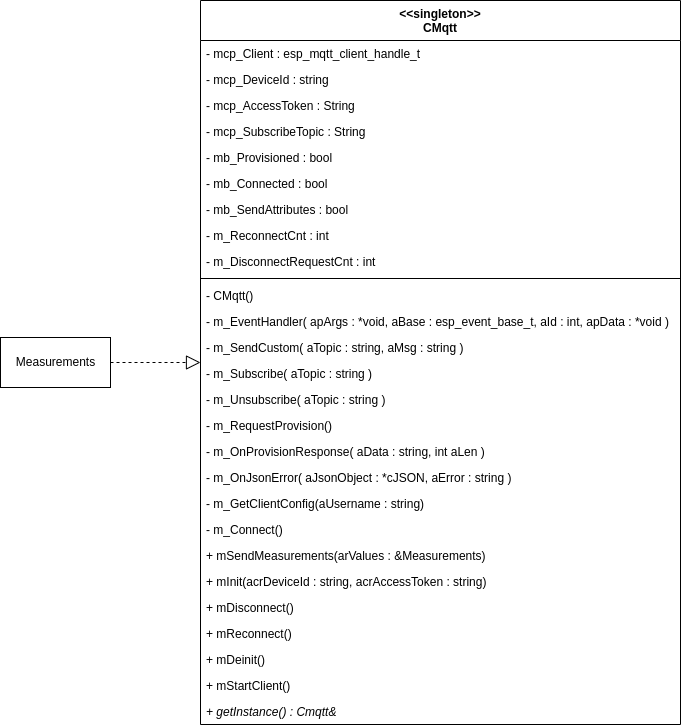
Above: uml/mqtt-class.png in SenseBoxTI/FirmwareDesign (draw.io), before the change. Source tidied: cells renumbered, new cells last; positions are measured from the earlier drawing's top-left corner, leaving out a move shared by most shapes.
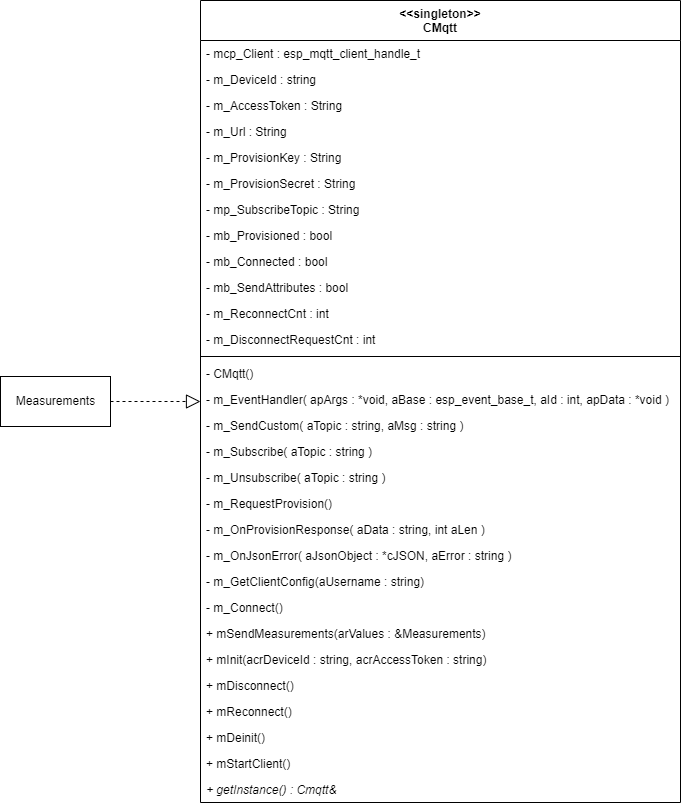
Above is the later version.

Diff of the diagram source:
```diff
@@ -3,94 +3,103 @@
     <mxCell id="0" />
     <mxCell id="1" parent="0" />
     <mxCell id="2" value="&lt;&lt;singleton&gt;&gt;&#10;CMqtt" style="swimlane;fontStyle=1;align=center;verticalAlign=top;horizontal=1;startSize=40;" parent="1" vertex="1">
-      <mxGeometry x="200" width="480" height="724" as="geometry" />
+      <mxGeometry x="200" width="480" height="802" as="geometry" />
     </mxCell>
     <mxCell id="3" value="- mcp_Client : esp_mqtt_client_handle_t" style="text;strokeColor=none;fillColor=none;align=left;verticalAlign=top;spacingLeft=4;spacingRight=4;overflow=hidden;" parent="2" vertex="1">
       <mxGeometry y="40" width="480" height="26" as="geometry" />
     </mxCell>
-    <mxCell id="4" value="- mcp_DeviceId : string" style="text;strokeColor=none;fillColor=none;align=left;verticalAlign=top;spacingLeft=4;spacingRight=4;overflow=hidden;" parent="2" vertex="1">
+    <mxCell id="4" value="- m_DeviceId : string" style="text;strokeColor=none;fillColor=none;align=left;verticalAlign=top;spacingLeft=4;spacingRight=4;overflow=hidden;" parent="2" vertex="1">
       <mxGeometry y="66" width="480" height="26" as="geometry" />
     </mxCell>
-    <mxCell id="5" value="- mcp_AccessToken : String" style="text;strokeColor=none;fillColor=none;align=left;verticalAlign=top;spacingLeft=4;spacingRight=4;overflow=hidden;" parent="2" vertex="1">
+    <mxCell id="5" value="- m_AccessToken : String" style="text;strokeColor=none;fillColor=none;align=left;verticalAlign=top;spacingLeft=4;spacingRight=4;overflow=hidden;" parent="2" vertex="1">
       <mxGeometry y="92" width="480" height="26" as="geometry" />
     </mxCell>
+    <mxCell id="32" value="- m_Url : String" style="text;strokeColor=none;fillColor=none;align=left;verticalAlign=top;spacingLeft=4;spacingRight=4;overflow=hidden;" parent="2" vertex="1">
+      <mxGeometry y="118" width="480" height="26" as="geometry" />
+    </mxCell>
+    <mxCell id="33" value="- m_ProvisionKey : String" style="text;strokeColor=none;fillColor=none;align=left;verticalAlign=top;spacingLeft=4;spacingRight=4;overflow=hidden;" parent="2" vertex="1">
+      <mxGeometry y="144" width="480" height="26" as="geometry" />
+    </mxCell>
+    <mxCell id="34" value="- m_ProvisionSecret : String" style="text;strokeColor=none;fillColor=none;align=left;verticalAlign=top;spacingLeft=4;spacingRight=4;overflow=hidden;" parent="2" vertex="1">
+      <mxGeometry y="170" width="480" height="26" as="geometry" />
+    </mxCell>
-    <mxCell id="6" value="- mcp_SubscribeTopic : String" style="text;strokeColor=none;fillColor=none;align=left;verticalAlign=top;spacingLeft=4;spacingRight=4;overflow=hidden;" parent="2" vertex="1">
-      <mxGeometry y="118" width="480" height="26" as="geometry" />
+    <mxCell id="6" value="- mp_SubscribeTopic : String" style="text;strokeColor=none;fillColor=none;align=left;verticalAlign=top;spacingLeft=4;spacingRight=4;overflow=hidden;" parent="2" vertex="1">
+      <mxGeometry y="196" width="480" height="26" as="geometry" />
     </mxCell>
     <mxCell id="7" value="- mb_Provisioned : bool" style="text;strokeColor=none;fillColor=none;align=left;verticalAlign=top;spacingLeft=4;spacingRight=4;overflow=hidden;" parent="2" vertex="1">
-      <mxGeometry y="144" width="480" height="26" as="geometry" />
+      <mxGeometry y="222" width="480" height="26" as="geometry" />
     </mxCell>
     <mxCell id="8" value="- mb_Connected : bool" style="text;strokeColor=none;fillColor=none;align=left;verticalAlign=top;spacingLeft=4;spacingRight=4;overflow=hidden;" parent="2" vertex="1">
-      <mxGeometry y="170" width="480" height="26" as="geometry" />
+      <mxGeometry y="248" width="480" height="26" as="geometry" />
     </mxCell>
     <mxCell id="9" value="- mb_SendAttributes : bool" style="text;strokeColor=none;fillColor=none;align=left;verticalAlign=top;spacingLeft=4;spacingRight=4;overflow=hidden;" parent="2" vertex="1">
-      <mxGeometry y="196" width="480" height="26" as="geometry" />
+      <mxGeometry y="274" width="480" height="26" as="geometry" />
     </mxCell>
     <mxCell id="10" value="- m_ReconnectCnt : int&#10;" style="text;strokeColor=none;fillColor=none;align=left;verticalAlign=top;spacingLeft=4;spacingRight=4;overflow=hidden;" parent="2" vertex="1">
-      <mxGeometry y="222" width="480" height="26" as="geometry" />
+      <mxGeometry y="300" width="480" height="26" as="geometry" />
     </mxCell>
     <mxCell id="11" value="- m_DisconnectRequestCnt : int" style="text;strokeColor=none;fillColor=none;align=left;verticalAlign=top;spacingLeft=4;spacingRight=4;overflow=hidden;" parent="2" vertex="1">
-      <mxGeometry y="248" width="480" height="26" as="geometry" />
+      <mxGeometry y="326" width="480" height="26" as="geometry" />
     </mxCell>
     <mxCell id="12" style="line;strokeWidth=1;fillColor=none;align=left;verticalAlign=middle;spacingTop=-1;spacingLeft=3;spacingRight=3;labelPosition=right;" parent="2" vertex="1">
-      <mxGeometry y="274" width="480" height="8" as="geometry" />
+      <mxGeometry y="352" width="480" height="8" as="geometry" />
     </mxCell>
     <mxCell id="13" value="- CMqtt()" style="text;strokeColor=none;fillColor=none;align=left;verticalAlign=top;spacingLeft=4;spacingRight=4;overflow=hidden;" parent="2" vertex="1">
-      <mxGeometry y="282" width="480" height="26" as="geometry" />
+      <mxGeometry y="360" width="480" height="26" as="geometry" />
     </mxCell>
     <mxCell id="14" value="- m_EventHandler( apArgs : *void, aBase : esp_event_base_t, aId : int, apData : *void )" style="text;strokeColor=none;fillColor=none;align=left;verticalAlign=top;spacingLeft=4;spacingRight=4;overflow=hidden;" parent="2" vertex="1">
-      <mxGeometry y="308" width="480" height="26" as="geometry" />
+      <mxGeometry y="386" width="480" height="26" as="geometry" />
     </mxCell>
     <mxCell id="15" value="- m_SendCustom( aTopic : string, aMsg : string )" style="text;strokeColor=none;fillColor=none;align=left;verticalAlign=top;spacingLeft=4;spacingRight=4;overflow=hidden;" parent="2" vertex="1">
-      <mxGeometry y="334" width="480" height="26" as="geometry" />
+      <mxGeometry y="412" width="480" height="26" as="geometry" />
     </mxCell>
     <mxCell id="16" value="- m_Subscribe( aTopic : string )" style="text;strokeColor=none;fillColor=none;align=left;verticalAlign=top;spacingLeft=4;spacingRight=4;overflow=hidden;" parent="2" vertex="1">
-      <mxGeometry y="360" width="480" height="26" as="geometry" />
+      <mxGeometry y="438" width="480" height="26" as="geometry" />
     </mxCell>
     <mxCell id="17" value="- m_Unsubscribe( aTopic : string )" style="text;strokeColor=none;fillColor=none;align=left;verticalAlign=top;spacingLeft=4;spacingRight=4;overflow=hidden;" parent="2" vertex="1">
-      <mxGeometry y="386" width="480" height="26" as="geometry" />
+      <mxGeometry y="464" width="480" height="26" as="geometry" />
     </mxCell>
     <mxCell id="18" value="- m_RequestProvision()" style="text;strokeColor=none;fillColor=none;align=left;verticalAlign=top;spacingLeft=4;spacingRight=4;overflow=hidden;" parent="2" vertex="1">
-      <mxGeometry y="412" width="480" height="26" as="geometry" />
+      <mxGeometry y="490" width="480" height="26" as="geometry" />
     </mxCell>
     <mxCell id="19" value="- m_OnProvisionResponse( aData : string, int aLen )" style="text;strokeColor=none;fillColor=none;align=left;verticalAlign=top;spacingLeft=4;spacingRight=4;overflow=hidden;" parent="2" vertex="1">
-      <mxGeometry y="438" width="480" height="26" as="geometry" />
+      <mxGeometry y="516" width="480" height="26" as="geometry" />
     </mxCell>
     <mxCell id="20" value="- m_OnJsonError( aJsonObject : *cJSON, aError : string )" style="text;strokeColor=none;fillColor=none;align=left;verticalAlign=top;spacingLeft=4;spacingRight=4;overflow=hidden;" parent="2" vertex="1">
-      <mxGeometry y="464" width="480" height="26" as="geometry" />
+      <mxGeometry y="542" width="480" height="26" as="geometry" />
     </mxCell>
     <mxCell id="21" value="- m_GetClientConfig(aUsername : string)" style="text;strokeColor=none;fillColor=none;align=left;verticalAlign=top;spacingLeft=4;spacingRight=4;overflow=hidden;" parent="2" vertex="1">
-      <mxGeometry y="490" width="480" height="26" as="geometry" />
+      <mxGeometry y="568" width="480" height="26" as="geometry" />
     </mxCell>
     <mxCell id="22" value="- m_Connect()" style="text;strokeColor=none;fillColor=none;align=left;verticalAlign=top;spacingLeft=4;spacingRight=4;overflow=hidden;" parent="2" vertex="1">
-      <mxGeometry y="516" width="480" height="26" as="geometry" />
+      <mxGeometry y="594" width="480" height="26" as="geometry" />
     </mxCell>
     <mxCell id="23" value="+ mSendMeasurements(arValues : &amp;Measurements)" style="text;strokeColor=none;fillColor=none;align=left;verticalAlign=top;spacingLeft=4;spacingRight=4;overflow=hidden;" parent="2" vertex="1">
-      <mxGeometry y="542" width="480" height="26" as="geometry" />
+      <mxGeometry y="620" width="480" height="26" as="geometry" />
     </mxCell>
     <mxCell id="24" value="+ mInit(acrDeviceId : string, acrAccessToken : string)" style="text;strokeColor=none;fillColor=none;align=left;verticalAlign=top;spacingLeft=4;spacingRight=4;overflow=hidden;" parent="2" vertex="1">
-      <mxGeometry y="568" width="480" height="26" as="geometry" />
+      <mxGeometry y="646" width="480" height="26" as="geometry" />
     </mxCell>
     <mxCell id="25" value="+ mDisconnect()" style="text;strokeColor=none;fillColor=none;align=left;verticalAlign=top;spacingLeft=4;spacingRight=4;overflow=hidden;" parent="2" vertex="1">
-      <mxGeometry y="594" width="480" height="26" as="geometry" />
+      <mxGeometry y="672" width="480" height="26" as="geometry" />
     </mxCell>
     <mxCell id="26" value="+ mReconnect()" style="text;strokeColor=none;fillColor=none;align=left;verticalAlign=top;spacingLeft=4;spacingRight=4;overflow=hidden;" parent="2" vertex="1">
-      <mxGeometry y="620" width="480" height="26" as="geometry" />
+      <mxGeometry y="698" width="480" height="26" as="geometry" />
     </mxCell>
     <mxCell id="27" value="+ mDeinit()" style="text;strokeColor=none;fillColor=none;align=left;verticalAlign=top;spacingLeft=4;spacingRight=4;overflow=hidden;" parent="2" vertex="1">
-      <mxGeometry y="646" width="480" height="26" as="geometry" />
+      <mxGeometry y="724" width="480" height="26" as="geometry" />
     </mxCell>
     <mxCell id="28" value="+ mStartClient()" style="text;strokeColor=none;fillColor=none;align=left;verticalAlign=top;spacingLeft=4;spacingRight=4;overflow=hidden;" parent="2" vertex="1">
-      <mxGeometry y="672" width="480" height="26" as="geometry" />
+      <mxGeometry y="750" width="480" height="26" as="geometry" />
     </mxCell>
     <mxCell id="29" value="+ getInstance() : Cmqtt&amp;" style="text;strokeColor=none;fillColor=none;align=left;verticalAlign=top;spacingLeft=4;spacingRight=4;overflow=hidden;fontStyle=2;" parent="2" vertex="1">
-      <mxGeometry y="698" width="480" height="26" as="geometry" />
+      <mxGeometry y="776" width="480" height="26" as="geometry" />
     </mxCell>
-    <mxCell id="30" style="endArrow=block;dashed=1;endFill=0;endSize=12;html=1;" parent="1" edge="1" source="31" target="2">
+    <mxCell id="30" style="endArrow=block;dashed=1;endFill=0;endSize=12;html=1;edgeStyle=orthogonalEdgeStyle;" parent="1" edge="1" source="31" target="2">
       <mxGeometry relative="1" as="geometry" />
     </mxCell>
     <mxCell id="31" value="Measurements" style="html=1;" parent="1" vertex="1">
-      <mxGeometry y="337" width="110" height="50" as="geometry" />
+      <mxGeometry y="376" width="110" height="50" as="geometry" />
     </mxCell>
   </root>
 </mxGraphModel>
```
